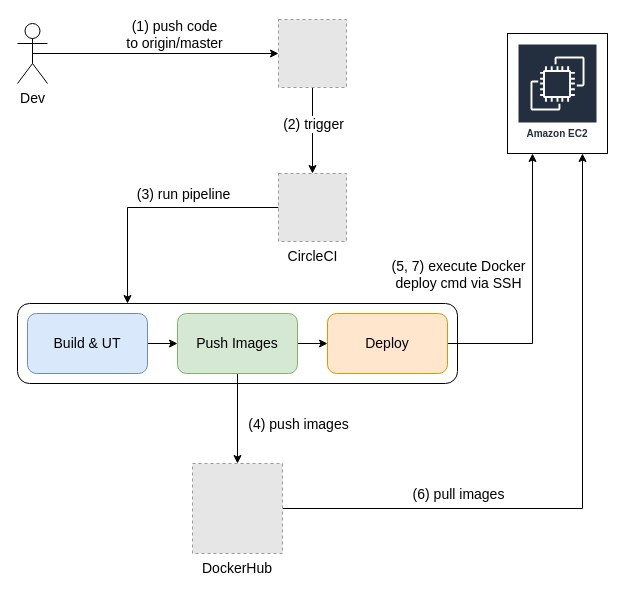
censodev/vrms-server keeps this draw.io diagram as page "CI/CD" (3 of 5) of docs/design.drawio. Above is the earlier version. Source tidied: cells renumbered, new cells numbered last; positions are measured from the earlier drawing's top-left corner, leaving out a move shared by most shapes. Both pictures are drawn from the tidied source at 100%, with x=0, y=0 at pixel (17, 19). Pictures stored in the file or linked from it are replaced by grey dashed boxes.
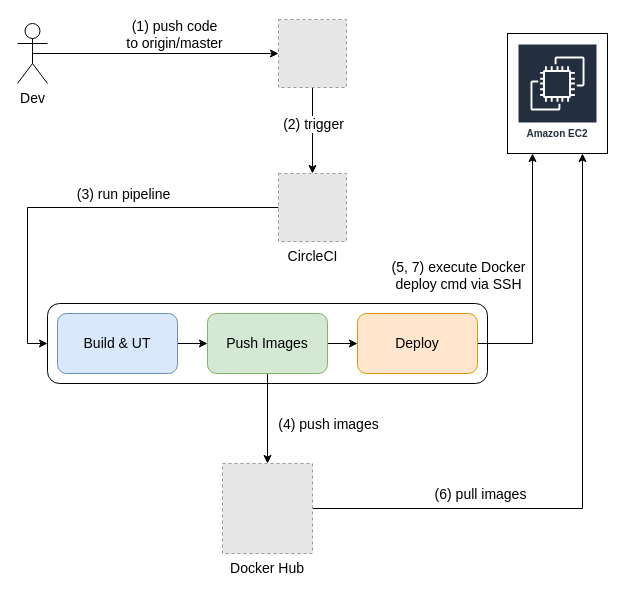
The same diagram, later.

The change refers to these unchanged cells:
```xml
<mxCell id="5" value="CircleCI" style="fillColor=#E6E6E6;strokeColor=#999999;dashed=1;html=1;verticalAlign=top;verticalLabelPosition=bottom;labelBackgroundColor=#ffffff;fontSize=14;" parent="1" vertex="1">
  <mxGeometry x="261" y="154" width="68" height="68" as="geometry" />
</mxCell>
<mxCell id="19" style="edgeStyle=orthogonalEdgeStyle;rounded=0;jettySize=auto;html=1;exitX=1;exitY=0.5;exitDx=0;exitDy=0;fontSize=14;entryX=0.25;entryY=1;entryDx=0;entryDy=0;" parent="1" edge="1" source="21" target="2">
  <mxGeometry relative="1" as="geometry" />
</mxCell>
```

The edit, as a diff of the source:
```diff
@@
-    <mxCell id="3" style="edgeStyle=orthogonalEdgeStyle;rounded=0;jettySize=auto;html=1;exitX=0;exitY=0.5;exitDx=0;exitDy=0;entryX=0.25;entryY=0;entryDx=0;entryDy=0;fontSize=14;" parent="1" edge="1" source="5" target="12">
+    <mxCell id="3" style="edgeStyle=orthogonalEdgeStyle;rounded=0;jettySize=auto;html=1;exitX=0;exitY=0.5;exitDx=0;exitDy=0;entryX=0;entryY=0.5;entryDx=0;entryDy=0;fontSize=14;" parent="1" edge="1" source="5" target="12">
       <mxGeometry relative="1" as="geometry" />
     </mxCell>
@@
     <mxCell id="12" style="rounded=1;whiteSpace=wrap;html=1;fontSize=14;" parent="1" vertex="1">
-      <mxGeometry y="284" width="440" height="80" as="geometry" />
+      <mxGeometry x="30" y="284" width="440" height="80" as="geometry" />
     </mxCell>
@@
     <mxCell id="14" value="Build &amp;amp; UT" style="rounded=1;whiteSpace=wrap;html=1;fontSize=14;fillColor=#dae8fc;strokeColor=#6c8ebf;" parent="1" vertex="1">
-      <mxGeometry x="10" y="294" width="120" height="60" as="geometry" />
+      <mxGeometry x="40" y="294" width="120" height="60" as="geometry" />
     </mxCell>
@@
     <mxCell id="18" value="Push Images" style="rounded=1;whiteSpace=wrap;html=1;fontSize=14;fillColor=#d5e8d4;strokeColor=#82b366;" parent="1" vertex="1">
-      <mxGeometry x="160" y="294" width="120" height="60" as="geometry" />
+      <mxGeometry x="190" y="294" width="120" height="60" as="geometry" />
     </mxCell>
@@
     <mxCell id="20" value="(5, 7) execute Docker&lt;br&gt;deploy cmd via SSH" style="edgeLabel;html=1;align=center;verticalAlign=middle;fontSize=14;" parent="19" vertex="1">
       <mxGeometry x="0.3" y="5" relative="1" as="geometry">
-        <mxPoint x="-70" y="24" as="offset" />
+        <mxPoint x="-70" y="35" as="offset" />
       </mxGeometry>
     </mxCell>
     <mxCell id="21" value="Deploy" style="rounded=1;whiteSpace=wrap;html=1;fontSize=14;fillColor=#ffe6cc;strokeColor=#d79b00;" parent="1" vertex="1">
-      <mxGeometry x="310" y="294" width="120" height="60" as="geometry" />
+      <mxGeometry x="340" y="294" width="120" height="60" as="geometry" />
     </mxCell>
@@
-    <mxCell id="25" value="DockerHub" style="fillColor=#E6E6E6;strokeColor=#999999;dashed=1;verticalLabelPosition=bottom;labelBackgroundColor=default;verticalAlign=top;fontSize=14;" parent="1" vertex="1">
-      <mxGeometry x="175" y="444" width="90" height="90" as="geometry" />
+    <mxCell id="25" value="Docker Hub" style="fillColor=#E6E6E6;strokeColor=#999999;dashed=1;verticalLabelPosition=bottom;labelBackgroundColor=default;verticalAlign=top;fontSize=14;" parent="1" vertex="1">
+      <mxGeometry x="205" y="444" width="90" height="90" as="geometry" />
     </mxCell>
```
